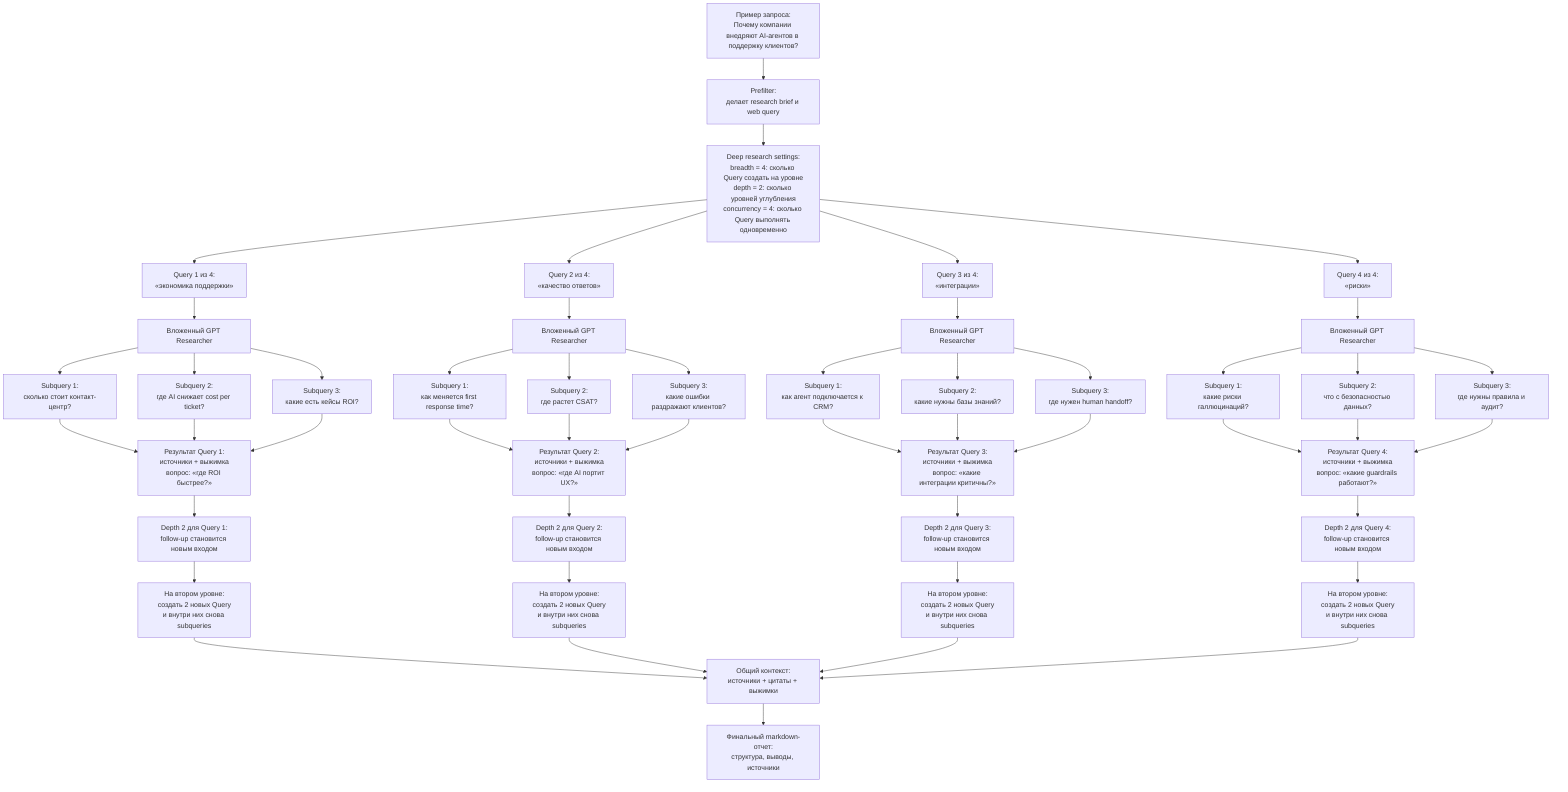
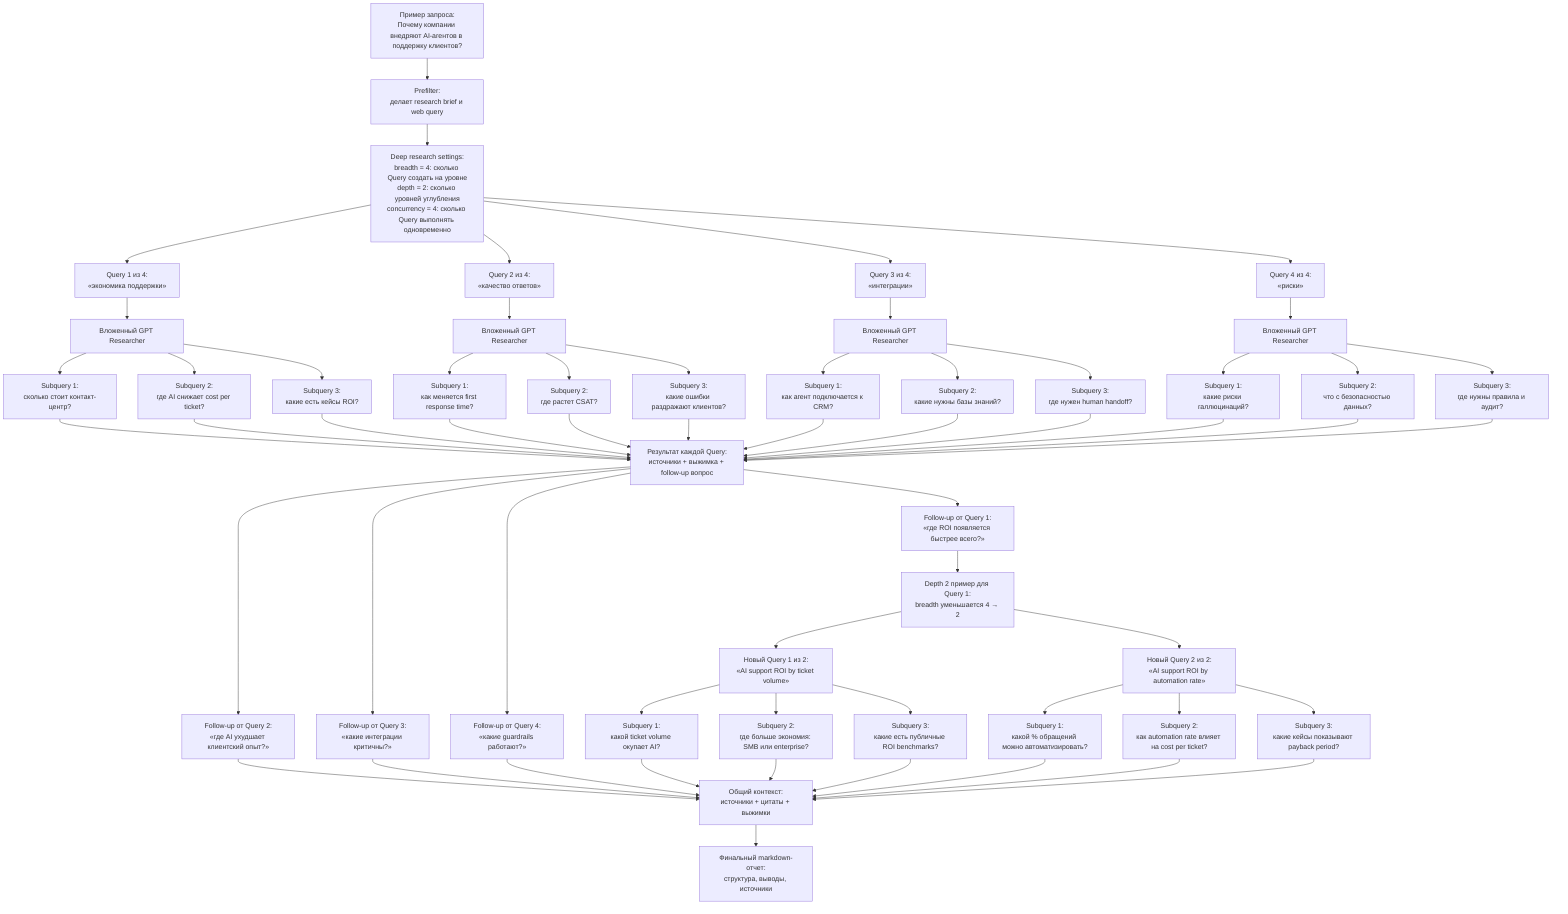
flowchart TD
  A["Пример запроса:<br/>Почему компании внедряют AI-агентов в поддержку клиентов?"] --> B["Prefilter:<br/>делает research brief и web query"]
  B --> C["Deep research settings:<br/>breadth = 4: сколько Query создать на уровне<br/>depth = 2: сколько уровней углубления<br/>concurrency = 4: сколько Query выполнять одновременно"]

  C --> D1["Query 1 из 4:<br/>«экономика поддержки»"]
  C --> D2["Query 2 из 4:<br/>«качество ответов»"]
  C --> D3["Query 3 из 4:<br/>«интеграции»"]
  C --> D4["Query 4 из 4:<br/>«риски»"]

  D1 --> E1["Вложенный GPT Researcher"]
  E1 --> SQ11["Subquery 1:<br/>сколько стоит контакт-центр?"]
  E1 --> SQ12["Subquery 2:<br/>где AI снижает cost per ticket?"]
  E1 --> SQ13["Subquery 3:<br/>какие есть кейсы ROI?"]

  D2 --> E2["Вложенный GPT Researcher"]
  E2 --> SQ21["Subquery 1:<br/>как меняется first response time?"]
  E2 --> SQ22["Subquery 2:<br/>где растет CSAT?"]
  E2 --> SQ23["Subquery 3:<br/>какие ошибки раздражают клиентов?"]

  D3 --> E3["Вложенный GPT Researcher"]
  E3 --> SQ31["Subquery 1:<br/>как агент подключается к CRM?"]
  E3 --> SQ32["Subquery 2:<br/>какие нужны базы знаний?"]
  E3 --> SQ33["Subquery 3:<br/>где нужен human handoff?"]

  D4 --> E4["Вложенный GPT Researcher"]
  E4 --> SQ41["Subquery 1:<br/>какие риски галлюцинаций?"]
  E4 --> SQ42["Subquery 2:<br/>что с безопасностью данных?"]
  E4 --> SQ43["Subquery 3:<br/>где нужны правила и аудит?"]

-   SQ11 --> P1["Результат Query 1:<br/>источники + выжимка<br/>вопрос: «где ROI быстрее?»"]
-   SQ12 --> P1
-   SQ13 --> P1
+   SQ11 --> P["Результат каждой Query:<br/>источники + выжимка + follow-up вопрос"]
+   SQ12 --> P
+   SQ13 --> P

-   SQ21 --> P2["Результат Query 2:<br/>источники + выжимка<br/>вопрос: «где AI портит UX?»"]
-   SQ22 --> P2
-   SQ23 --> P2
+   SQ21 --> P
+   SQ22 --> P
+   SQ23 --> P

-   SQ31 --> P3["Результат Query 3:<br/>источники + выжимка<br/>вопрос: «какие интеграции критичны?»"]
-   SQ32 --> P3
-   SQ33 --> P3
+   SQ31 --> P
+   SQ32 --> P
+   SQ33 --> P

-   SQ41 --> P4["Результат Query 4:<br/>источники + выжимка<br/>вопрос: «какие guardrails работают?»"]
-   SQ42 --> P4
-   SQ43 --> P4
+   SQ41 --> P
+   SQ42 --> P
+   SQ43 --> P

-   P1 --> R1["Depth 2 для Query 1:<br/>follow-up становится новым входом"]
-   P2 --> R2["Depth 2 для Query 2:<br/>follow-up становится новым входом"]
-   P3 --> R3["Depth 2 для Query 3:<br/>follow-up становится новым входом"]
-   P4 --> R4["Depth 2 для Query 4:<br/>follow-up становится новым входом"]
+   P --> F1["Follow-up от Query 1:<br/>«где ROI появляется быстрее всего?»"]
+   P --> F2["Follow-up от Query 2:<br/>«где AI ухудшает клиентский опыт?»"]
+   P --> F3["Follow-up от Query 3:<br/>«какие интеграции критичны?»"]
+   P --> F4["Follow-up от Query 4:<br/>«какие guardrails работают?»"]

-   R1 --> N1["На втором уровне:<br/>создать 2 новых Query<br/>и внутри них снова subqueries"]
-   R2 --> N2["На втором уровне:<br/>создать 2 новых Query<br/>и внутри них снова subqueries"]
-   R3 --> N3["На втором уровне:<br/>создать 2 новых Query<br/>и внутри них снова subqueries"]
-   R4 --> N4["На втором уровне:<br/>создать 2 новых Query<br/>и внутри них снова subqueries"]
+   F1 --> D2A["Depth 2 пример для Query 1:<br/>breadth уменьшается 4 → 2"]

-   N1 --> J["Общий контекст:<br/>источники + цитаты + выжимки"]
-   N2 --> J
-   N3 --> J
-   N4 --> J
+   D2A --> Q1A["Новый Query 1 из 2:<br/>«AI support ROI by ticket volume»"]
+   D2A --> Q1B["Новый Query 2 из 2:<br/>«AI support ROI by automation rate»"]
+ 
+   Q1A --> Q1AS1["Subquery 1:<br/>какой ticket volume окупает AI?"]
+   Q1A --> Q1AS2["Subquery 2:<br/>где больше экономия: SMB или enterprise?"]
+   Q1A --> Q1AS3["Subquery 3:<br/>какие есть публичные ROI benchmarks?"]
+ 
+   Q1B --> Q1BS1["Subquery 1:<br/>какой % обращений можно автоматизировать?"]
+   Q1B --> Q1BS2["Subquery 2:<br/>как automation rate влияет на cost per ticket?"]
+   Q1B --> Q1BS3["Subquery 3:<br/>какие кейсы показывают payback period?"]
+ 
+   F2 --> J
+   F3 --> J
+   F4 --> J
+   Q1AS1 --> J["Общий контекст:<br/>источники + цитаты + выжимки"]
+   Q1AS2 --> J
+   Q1AS3 --> J
+   Q1BS1 --> J
+   Q1BS2 --> J
+   Q1BS3 --> J
  J --> K["Финальный markdown-отчет:<br/>структура, выводы, источники"]
